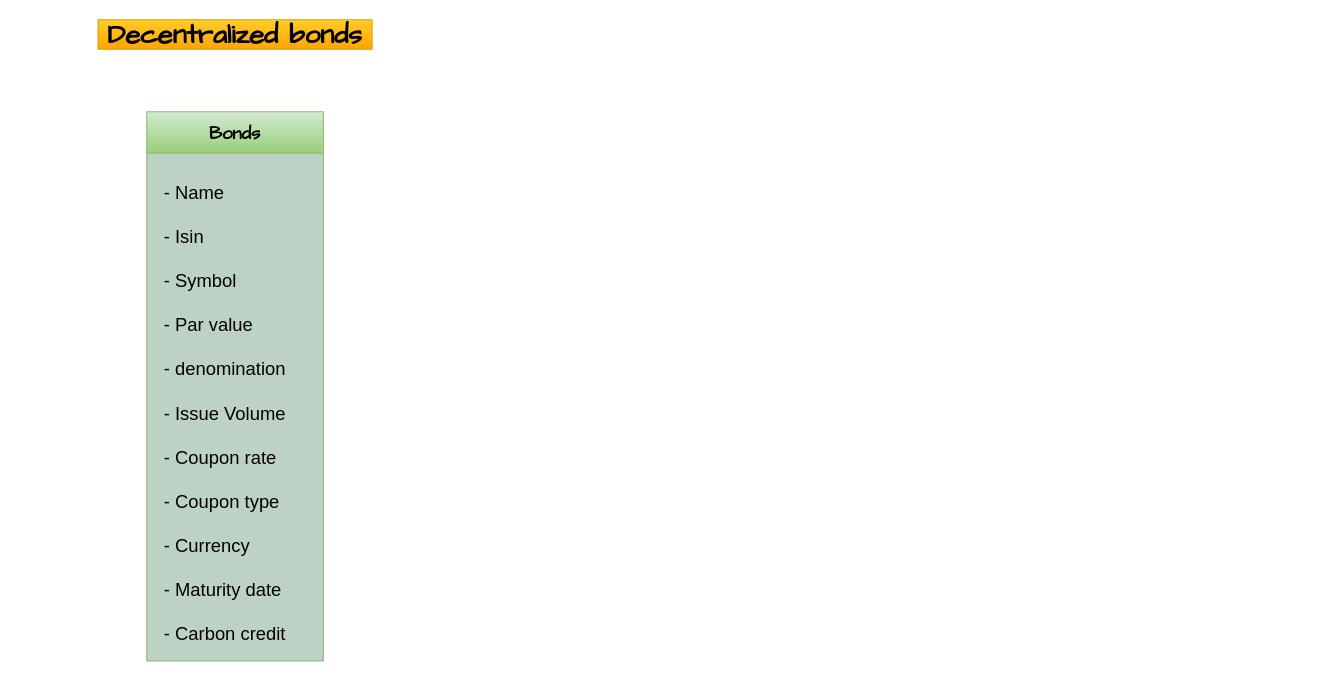
This is bonds.drawio from Edoumou/drawings, a draw.io file, before an edit. Source tidied: cells renumbered, new cells numbered last; positions are measured from the earlier drawing's top-left corner, leaving out a move shared by most shapes. Both pictures are drawn from the tidied source at 92%, with x=0, y=0 at pixel (98, 19).
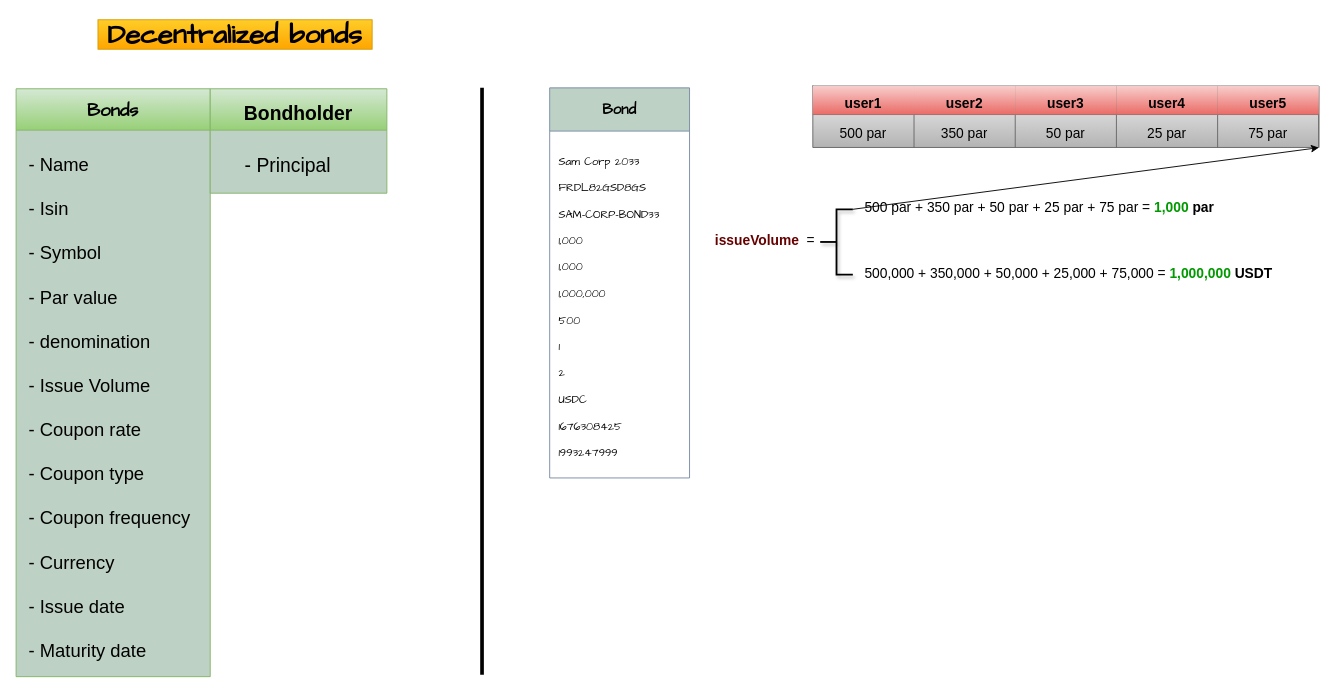
The same diagram, later.

The edit, as a diff of the source:
```diff
@@
+    <mxCell id="5" style="line;strokeWidth=4;direction=south;html=1;perimeter=backbonePerimeter;fontFamily=Helvetica;fontSize=30;" parent="1" vertex="1">
+      <mxGeometry x="396" y="74" width="42.9" height="638" as="geometry" />
+    </mxCell>
+    <mxCell id="6" value="Bond" style="swimlane;whiteSpace=wrap;html=1;strokeColor=#788AA3;fontFamily=Comic Sans MS;fontSize=16;fontColor=#000000;fillColor=#BED1C5;startSize=47;" parent="1" vertex="1">
+      <mxGeometry x="491" y="74" width="152" height="424" as="geometry" />
+    </mxCell>
+    <mxCell id="7" value="Sam Corp 2033&lt;br style=&quot;font-size: 12px;&quot;&gt;&lt;br style=&quot;font-size: 12px;&quot;&gt;FRDL82GSD8GS&lt;br style=&quot;font-size: 12px;&quot;&gt;&lt;br style=&quot;font-size: 12px;&quot;&gt;SAM-CORP-BOND33&lt;br style=&quot;font-size: 12px;&quot;&gt;&lt;br style=&quot;font-size: 12px;&quot;&gt;1,000&lt;br style=&quot;font-size: 12px;&quot;&gt;&lt;br style=&quot;font-size: 12px;&quot;&gt;1,000&lt;br style=&quot;font-size: 12px;&quot;&gt;&lt;br style=&quot;font-size: 12px;&quot;&gt;1,000,000&lt;br&gt;&lt;br&gt;500&lt;br&gt;&lt;br&gt;1&lt;br&gt;&lt;br&gt;2&lt;br&gt;&lt;br&gt;USDC&lt;br&gt;&lt;br&gt;1676308425&lt;br&gt;&lt;br&gt;1993247999" style="text;html=1;align=left;verticalAlign=middle;strokeColor=none;fillColor=none;fontSize=12;fontFamily=Comic Sans MS;fontColor=#000000;fontStyle=0;" parent="6" vertex="1">
+      <mxGeometry x="8" y="67" width="136" height="343" as="geometry" />
+    </mxCell>
+    <mxCell id="8" style="group;" parent="1" vertex="1">
+      <mxGeometry x="-89" y="75" width="403" height="639" as="geometry" />
+    </mxCell>
-    <mxCell id="3" value="Bonds" style="swimlane;whiteSpace=wrap;html=1;fontFamily=Comic Sans MS;fontSize=20;startSize=45;fillColor=#d5e8d4;gradientColor=#97d077;strokeColor=#82b366;swimlaneFillColor=#BED1C5;" parent="1" vertex="1">
-      <mxGeometry x="53" y="100" width="192" height="597" as="geometry" />
+    <mxCell id="3" value="Bonds" style="swimlane;whiteSpace=wrap;html=1;fontFamily=Comic Sans MS;fontSize=20;startSize=45;fillColor=#d5e8d4;gradientColor=#97d077;strokeColor=#82b366;swimlaneFillColor=#BED1C5;" parent="8" vertex="1">
+      <mxGeometry width="211" height="639" as="geometry" />
     </mxCell>
-    <mxCell id="4" value="- Name&lt;br&gt;&lt;br&gt;- Isin&lt;br&gt;&lt;br&gt;- Symbol&lt;br&gt;&lt;br&gt;- Par value&lt;br&gt;&lt;br&gt;- denomination&lt;br&gt;&lt;br&gt;- Issue Volume&lt;br&gt;&lt;br&gt;- Coupon rate&lt;br&gt;&lt;br&gt;- Coupon type&lt;br&gt;&lt;br&gt;- Currency&lt;br&gt;&lt;br&gt;- Maturity date&lt;br&gt;&lt;br&gt;- Carbon credit" style="text;html=1;align=left;verticalAlign=middle;strokeColor=none;fillColor=none;fontSize=20;fontFamily=Helvetica;" parent="3" vertex="1">
-      <mxGeometry x="17" y="69" width="150" height="516" as="geometry" />
+    <mxCell id="4" value="- Name&lt;br&gt;&lt;br&gt;- Isin&lt;br&gt;&lt;br&gt;- Symbol&lt;br&gt;&lt;br&gt;- Par value&lt;br&gt;&lt;br&gt;- denomination&lt;br&gt;&lt;br&gt;- Issue Volume&lt;br&gt;&lt;br&gt;- Coupon rate&lt;br&gt;&lt;br&gt;- Coupon type&lt;br&gt;&lt;br&gt;- Coupon frequency&lt;br&gt;&lt;br&gt;- Currency&lt;br&gt;&lt;br&gt;- Issue date&lt;br&gt;&lt;br&gt;- Maturity date" style="text;html=1;align=left;verticalAlign=middle;strokeColor=none;fillColor=none;fontSize=20;fontFamily=Helvetica;" parent="3" vertex="1">
+      <mxGeometry x="12" y="64.2" width="194" height="564" as="geometry" />
     </mxCell>
+    <mxCell id="9" value="&lt;font style=&quot;font-size: 21px;&quot;&gt;Bondholder&lt;/font&gt;" style="swimlane;whiteSpace=wrap;html=1;fontFamily=Helvetica;fontSize=30;startSize=45;fillColor=#d5e8d4;strokeColor=#82b366;gradientColor=#97d077;swimlaneFillColor=#BED1C5;" parent="8" vertex="1">
+      <mxGeometry x="211" width="192" height="113.5" as="geometry" />
+    </mxCell>
+    <mxCell id="10" value="&lt;div style=&quot;text-align: left;&quot;&gt;&lt;span style=&quot;background-color: initial;&quot;&gt;- Principal&lt;/span&gt;&lt;span style=&quot;background-color: initial; white-space: pre;&quot;&gt; &lt;/span&gt;&lt;/div&gt;" style="text;html=1;align=center;verticalAlign=middle;strokeColor=none;fillColor=none;fontSize=21;fontFamily=Helvetica;" parent="8" vertex="1">
+      <mxGeometry x="219" y="64.2" width="158" height="37" as="geometry" />
+    </mxCell>
+    <mxCell id="11" style="shape=table;startSize=0;childLayout=tableLayout;fontFamily=Helvetica;fontSize=21;fillColor=#f5f5f5;strokeColor=#666666;gradientColor=#b3b3b3;" parent="1" vertex="1">
+      <mxGeometry x="777" y="72" width="550" height="66.8" as="geometry" />
+    </mxCell>
+    <mxCell id="12" style="shape=tableRow;horizontal=0;startSize=0;swimlaneHead=0;swimlaneBody=0;strokeColor=inherit;top=0;left=0;bottom=0;right=0;fillColor=none;fontFamily=Helvetica;fontSize=21;" parent="11" vertex="1">
+      <mxGeometry width="550" height="31" as="geometry" />
+    </mxCell>
+    <mxCell id="13" value="&lt;font style=&quot;font-size: 15px;&quot;&gt;&lt;b&gt;user1&lt;/b&gt;&lt;/font&gt;" style="shape=partialRectangle;html=1;whiteSpace=wrap;strokeColor=#b85450;overflow=hidden;fillColor=#f8cecc;top=0;left=0;bottom=0;right=0;fontFamily=Helvetica;fontSize=21;gradientColor=#ea6b66;" parent="12" vertex="1">
+      <mxGeometry width="110" height="31" as="geometry" />
+    </mxCell>
+    <mxCell id="14" value="&lt;font style=&quot;font-size: 15px;&quot;&gt;&lt;b&gt;user2&lt;/b&gt;&lt;/font&gt;" style="shape=partialRectangle;html=1;whiteSpace=wrap;strokeColor=#b85450;overflow=hidden;fillColor=#f8cecc;top=0;left=0;bottom=0;right=0;fontFamily=Helvetica;fontSize=21;gradientColor=#ea6b66;" parent="12" vertex="1">
+      <mxGeometry x="110" width="110" height="31" as="geometry" />
+    </mxCell>
+    <mxCell id="15" value="&lt;font style=&quot;font-size: 15px;&quot;&gt;&lt;b&gt;user3&lt;/b&gt;&lt;/font&gt;" style="shape=partialRectangle;html=1;whiteSpace=wrap;strokeColor=#b85450;overflow=hidden;fillColor=#f8cecc;top=0;left=0;bottom=0;right=0;fontFamily=Helvetica;fontSize=21;gradientColor=#ea6b66;" parent="12" vertex="1">
+      <mxGeometry x="220" width="110" height="31" as="geometry" />
+    </mxCell>
+    <mxCell id="16" value="&lt;font style=&quot;font-size: 15px;&quot;&gt;&lt;b&gt;user4&lt;/b&gt;&lt;/font&gt;" style="shape=partialRectangle;html=1;whiteSpace=wrap;strokeColor=#b85450;overflow=hidden;fillColor=#f8cecc;top=0;left=0;bottom=0;right=0;fontFamily=Helvetica;fontSize=21;gradientColor=#ea6b66;" parent="12" vertex="1">
+      <mxGeometry x="330" width="110" height="31" as="geometry" />
+    </mxCell>
+    <mxCell id="17" value="&lt;font style=&quot;font-size: 15px;&quot;&gt;&lt;b&gt;user5&lt;/b&gt;&lt;/font&gt;" style="shape=partialRectangle;html=1;whiteSpace=wrap;strokeColor=#b85450;overflow=hidden;fillColor=#f8cecc;top=0;left=0;bottom=0;right=0;fontFamily=Helvetica;fontSize=21;gradientColor=#ea6b66;" parent="12" vertex="1">
+      <mxGeometry x="440" width="110" height="31" as="geometry" />
+    </mxCell>
+    <mxCell id="18" style="shape=tableRow;horizontal=0;startSize=0;swimlaneHead=0;swimlaneBody=0;strokeColor=inherit;top=0;left=0;bottom=0;right=0;fillColor=none;fontFamily=Helvetica;fontSize=21;" parent="11" vertex="1">
+      <mxGeometry y="31" width="550" height="36" as="geometry" />
+    </mxCell>
+    <mxCell id="19" value="&lt;span style=&quot;font-size: 15px;&quot;&gt;500 par&lt;/span&gt;" style="shape=partialRectangle;html=1;whiteSpace=wrap;strokeColor=inherit;overflow=hidden;fillColor=none;top=0;left=0;bottom=0;right=0;fontFamily=Helvetica;fontSize=21;" parent="18" vertex="1">
+      <mxGeometry width="110" height="36" as="geometry" />
+    </mxCell>
+    <mxCell id="20" value="&lt;span style=&quot;font-size: 15px;&quot;&gt;350 par&lt;/span&gt;" style="shape=partialRectangle;html=1;whiteSpace=wrap;strokeColor=inherit;overflow=hidden;fillColor=none;top=0;left=0;bottom=0;right=0;fontFamily=Helvetica;fontSize=21;" parent="18" vertex="1">
+      <mxGeometry x="110" width="110" height="36" as="geometry" />
+    </mxCell>
+    <mxCell id="21" value="&lt;font style=&quot;font-size: 15px;&quot;&gt;50 par&lt;/font&gt;" style="shape=partialRectangle;html=1;whiteSpace=wrap;strokeColor=inherit;overflow=hidden;fillColor=none;top=0;left=0;bottom=0;right=0;fontFamily=Helvetica;fontSize=21;" parent="18" vertex="1">
+      <mxGeometry x="220" width="110" height="36" as="geometry" />
+    </mxCell>
+    <mxCell id="22" value="&lt;font style=&quot;font-size: 15px;&quot;&gt;25 par&lt;/font&gt;" style="shape=partialRectangle;html=1;whiteSpace=wrap;strokeColor=inherit;overflow=hidden;fillColor=none;top=0;left=0;bottom=0;right=0;fontFamily=Helvetica;fontSize=21;" parent="18" vertex="1">
+      <mxGeometry x="330" width="110" height="36" as="geometry" />
+    </mxCell>
+    <mxCell id="23" value="&lt;font style=&quot;font-size: 15px;&quot;&gt;75 par&lt;/font&gt;" style="shape=partialRectangle;html=1;whiteSpace=wrap;strokeColor=inherit;overflow=hidden;fillColor=none;top=0;left=0;bottom=0;right=0;fontFamily=Helvetica;fontSize=21;" parent="18" vertex="1">
+      <mxGeometry x="440" width="110" height="36" as="geometry" />
+    </mxCell>
+    <mxCell id="24" style="strokeWidth=2;html=1;shape=mxgraph.flowchart.annotation_2;align=left;labelPosition=right;shadow=1;fontFamily=Helvetica;fontSize=15;fontColor=#660000;" parent="18" vertex="1">
+      <mxGeometry x="550" height="36" as="geometry" />
+    </mxCell>
+    <mxCell id="25" style="edgeStyle=orthogonalEdgeStyle;rounded=0;jettySize=auto;html=1;fontFamily=Helvetica;fontSize=15;fontColor=#660000;" parent="1" edge="1" source="28" target="24">
+      <mxGeometry relative="1" as="geometry" />
+    </mxCell>
+    <mxCell id="26" style="group;" parent="1" vertex="1">
+      <mxGeometry x="669" y="188" width="632" height="102" as="geometry" />
+    </mxCell>
+    <mxCell id="27" value="&lt;font color=&quot;#990000&quot;&gt;&lt;b&gt;&amp;nbsp; &amp;nbsp; &amp;nbsp; &amp;nbsp; &amp;nbsp; &amp;nbsp; &amp;nbsp; &amp;nbsp; &amp;nbsp; &amp;nbsp; &amp;nbsp; &amp;nbsp; &amp;nbsp; &amp;nbsp; &amp;nbsp; &amp;nbsp; &amp;nbsp; &amp;nbsp; &amp;nbsp; &amp;nbsp;&lt;/b&gt;&lt;/font&gt;500 par + 350 par + 50 par + 25 par + 75 par = &lt;font style=&quot;font-weight: bold;&quot; color=&quot;#009900&quot;&gt;1,000 &lt;/font&gt;&lt;b&gt;par&lt;/b&gt;&lt;br&gt;&lt;br&gt;&lt;b&gt;&lt;font color=&quot;#660000&quot;&gt;issueVolume&lt;/font&gt;&lt;/b&gt;&amp;nbsp; =&amp;nbsp;&lt;br&gt;&lt;br&gt;&lt;font color=&quot;#990000&quot;&gt;&lt;b&gt;&amp;nbsp; &amp;nbsp; &amp;nbsp; &amp;nbsp; &amp;nbsp; &amp;nbsp; &amp;nbsp; &amp;nbsp; &amp;nbsp; &amp;nbsp; &amp;nbsp; &amp;nbsp; &amp;nbsp; &amp;nbsp; &amp;nbsp; &amp;nbsp; &amp;nbsp; &amp;nbsp; &amp;nbsp; &amp;nbsp;&lt;/b&gt;&lt;/font&gt;500,000 + 350,000 + 50,000 + 25,000 + 75,000 = &lt;b&gt;&lt;font color=&quot;#009900&quot;&gt;1,000,000&lt;/font&gt; USDT&amp;nbsp;&lt;/b&gt;&amp;nbsp;" style="text;html=1;align=left;verticalAlign=middle;strokeColor=none;fillColor=none;fontSize=15;fontFamily=Helvetica;shadow=1;strokeWidth=0;" parent="26" vertex="1">
+      <mxGeometry width="632" height="102" as="geometry" />
+    </mxCell>
+    <mxCell id="28" style="strokeWidth=2;html=1;shape=mxgraph.flowchart.annotation_2;align=left;labelPosition=right;shadow=1;fontFamily=Helvetica;fontSize=15;fontColor=#660000;" parent="26" vertex="1">
+      <mxGeometry x="116" y="18" width="35.5" height="71" as="geometry" />
+    </mxCell>
```
